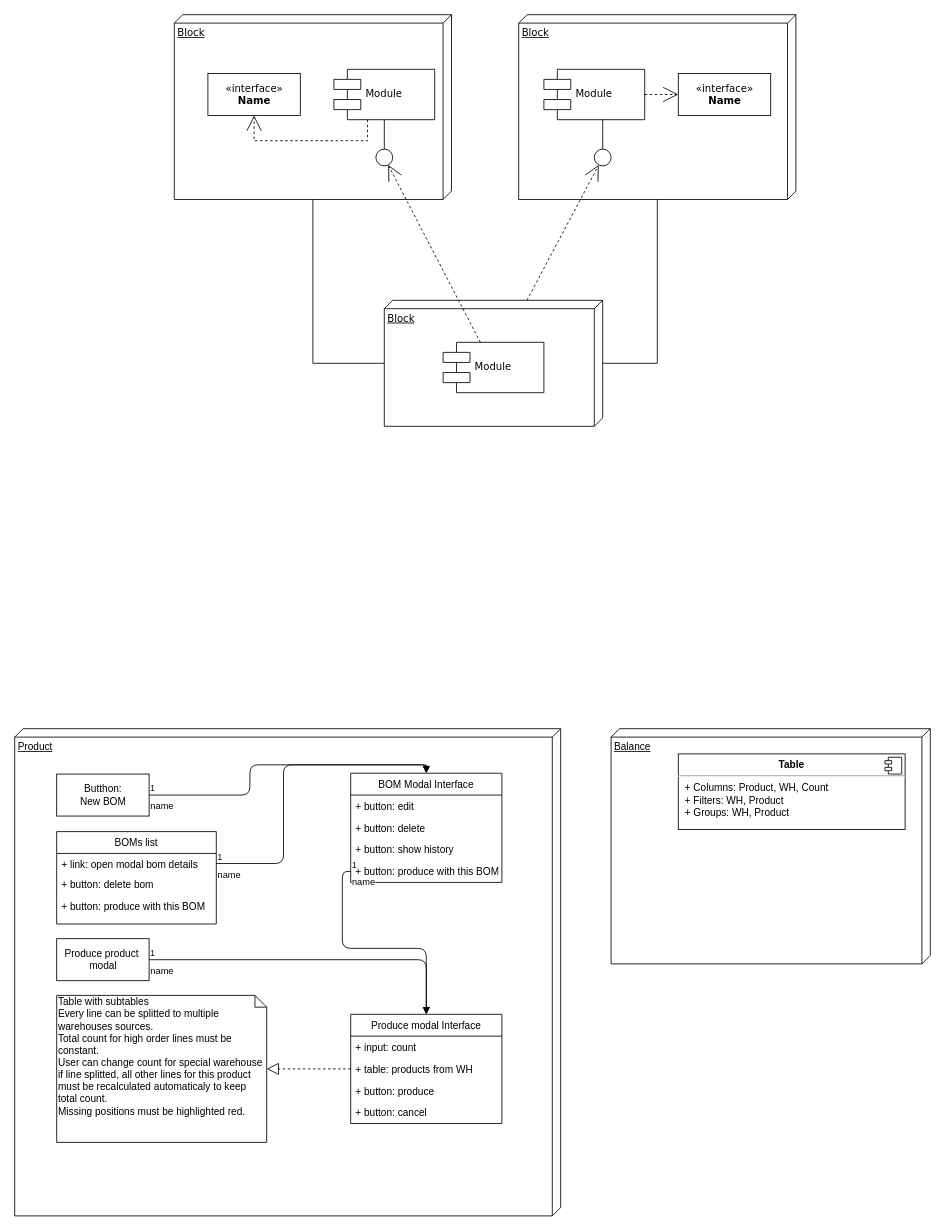
Before: Views Diagram.drawio in Flawless/whm, a draw.io diagram. Source tidied: cells renumbered, new cells numbered last; positions are measured from the earlier drawing's top-left corner, leaving out a move shared by most shapes. Both pictures are drawn from the tidied source at 84%, with x=0, y=0 at pixel (14, 14).
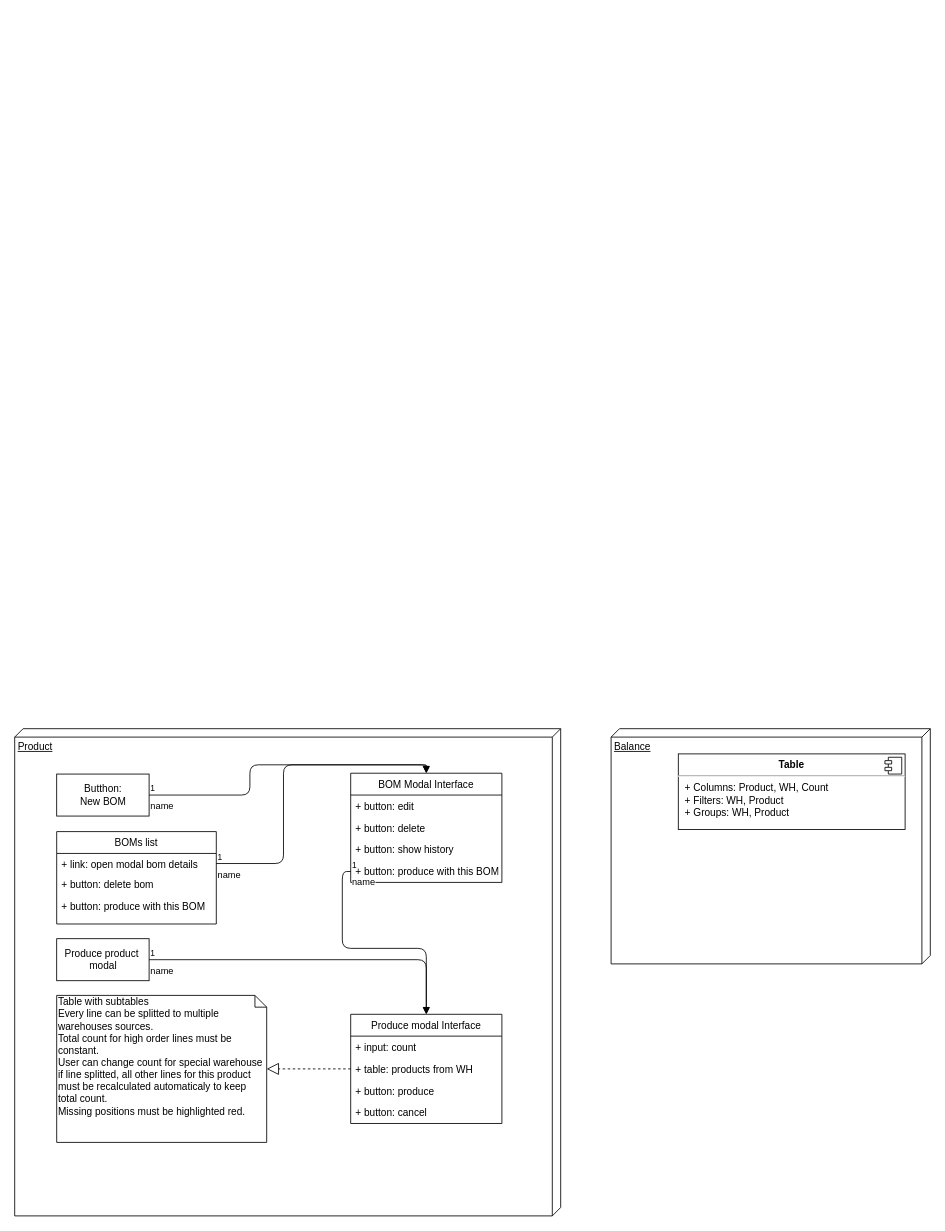
The same page after the edit.

Diff of the diagram source:
```diff
@@
-    <mxCell id="2" value="Block" style="verticalAlign=top;align=left;spacingTop=8;spacingLeft=2;spacingRight=12;shape=cube;size=10;direction=south;fontStyle=4;html=1;rounded=0;shadow=0;comic=0;labelBackgroundColor=none;strokeColor=#000000;strokeWidth=1;fillColor=#ffffff;fontFamily=Verdana;fontSize=12;fontColor=#000000;" parent="1" vertex="1">
-      <mxGeometry x="190" width="330" height="220" as="geometry" />
-    </mxCell>
-    <mxCell id="3" value="Block" style="verticalAlign=top;align=left;spacingTop=8;spacingLeft=2;spacingRight=12;shape=cube;size=10;direction=south;fontStyle=4;html=1;rounded=0;shadow=0;comic=0;labelBackgroundColor=none;strokeColor=#000000;strokeWidth=1;fillColor=#ffffff;fontFamily=Verdana;fontSize=12;fontColor=#000000;" parent="1" vertex="1">
-      <mxGeometry x="600" width="330" height="220" as="geometry" />
-    </mxCell>
-    <mxCell id="4" value="Block" style="verticalAlign=top;align=left;spacingTop=8;spacingLeft=2;spacingRight=12;shape=cube;size=10;direction=south;fontStyle=4;html=1;rounded=0;shadow=0;comic=0;labelBackgroundColor=none;strokeColor=#000000;strokeWidth=1;fillColor=#ffffff;fontFamily=Verdana;fontSize=12;fontColor=#000000;" parent="1" vertex="1">
-      <mxGeometry x="440" y="340" width="260" height="150" as="geometry" />
-    </mxCell>
-    <mxCell id="5" value="&amp;laquo;interface&amp;raquo;&lt;br&gt;&lt;b&gt;Name&lt;/b&gt;" style="html=1;rounded=0;shadow=0;comic=0;labelBackgroundColor=none;strokeColor=#000000;strokeWidth=1;fillColor=#ffffff;fontFamily=Verdana;fontSize=12;fontColor=#000000;align=center;" parent="1" vertex="1">
-      <mxGeometry x="230" y="70" width="110" height="50" as="geometry" />
-    </mxCell>
-    <mxCell id="6" value="Module" style="shape=component;align=left;spacingLeft=36;rounded=0;shadow=0;comic=0;labelBackgroundColor=none;strokeColor=#000000;strokeWidth=1;fillColor=#ffffff;fontFamily=Verdana;fontSize=12;fontColor=#000000;html=1;" parent="1" vertex="1">
-      <mxGeometry x="380" y="65" width="120" height="60" as="geometry" />
-    </mxCell>
-    <mxCell id="7" style="ellipse;whiteSpace=wrap;html=1;rounded=0;shadow=0;comic=0;labelBackgroundColor=none;strokeColor=#000000;strokeWidth=1;fillColor=#ffffff;fontFamily=Verdana;fontSize=12;fontColor=#000000;align=center;" parent="1" vertex="1">
-      <mxGeometry x="430" y="160" width="20" height="20" as="geometry" />
-    </mxCell>
-    <mxCell id="8" value="Module" style="shape=component;align=left;spacingLeft=36;rounded=0;shadow=0;comic=0;labelBackgroundColor=none;strokeColor=#000000;strokeWidth=1;fillColor=#ffffff;fontFamily=Verdana;fontSize=12;fontColor=#000000;html=1;" parent="1" vertex="1">
-      <mxGeometry x="630" y="65" width="120" height="60" as="geometry" />
-    </mxCell>
-    <mxCell id="9" value="&amp;laquo;interface&amp;raquo;&lt;br&gt;&lt;b&gt;Name&lt;/b&gt;" style="html=1;rounded=0;shadow=0;comic=0;labelBackgroundColor=none;strokeColor=#000000;strokeWidth=1;fillColor=#ffffff;fontFamily=Verdana;fontSize=12;fontColor=#000000;align=center;" parent="1" vertex="1">
-      <mxGeometry x="790" y="70" width="110" height="50" as="geometry" />
-    </mxCell>
-    <mxCell id="10" style="ellipse;whiteSpace=wrap;html=1;rounded=0;shadow=0;comic=0;labelBackgroundColor=none;strokeColor=#000000;strokeWidth=1;fillColor=#ffffff;fontFamily=Verdana;fontSize=12;fontColor=#000000;align=center;" parent="1" vertex="1">
-      <mxGeometry x="690" y="160" width="20" height="20" as="geometry" />
-    </mxCell>
-    <mxCell id="11" value="Module" style="shape=component;align=left;spacingLeft=36;rounded=0;shadow=0;comic=0;labelBackgroundColor=none;strokeColor=#000000;strokeWidth=1;fillColor=#ffffff;fontFamily=Verdana;fontSize=12;fontColor=#000000;html=1;" parent="1" vertex="1">
-      <mxGeometry x="510" y="390" width="120" height="60" as="geometry" />
-    </mxCell>
-    <mxCell id="12" style="edgeStyle=none;rounded=0;html=1;dashed=1;labelBackgroundColor=none;startArrow=none;startFill=0;startSize=8;endArrow=open;endFill=0;endSize=16;fontFamily=Verdana;fontSize=12;" parent="1" edge="1" source="11" target="7">
-      <mxGeometry relative="1" as="geometry" />
-    </mxCell>
-    <mxCell id="13" style="edgeStyle=none;rounded=0;html=1;dashed=1;labelBackgroundColor=none;startArrow=none;startFill=0;startSize=8;endArrow=open;endFill=0;endSize=16;fontFamily=Verdana;fontSize=12;" parent="1" edge="1" source="4" target="10">
-      <mxGeometry relative="1" as="geometry" />
-    </mxCell>
-    <mxCell id="14" style="edgeStyle=elbowEdgeStyle;rounded=0;html=1;labelBackgroundColor=none;startArrow=none;startFill=0;startSize=8;endArrow=none;endFill=0;endSize=16;fontFamily=Verdana;fontSize=12;" parent="1" edge="1" source="10" target="8">
-      <mxGeometry relative="1" as="geometry" />
-    </mxCell>
-    <mxCell id="15" style="edgeStyle=elbowEdgeStyle;rounded=0;html=1;labelBackgroundColor=none;startArrow=none;startFill=0;startSize=8;endArrow=none;endFill=0;endSize=16;fontFamily=Verdana;fontSize=12;" parent="1" edge="1" source="7" target="6">
-      <mxGeometry relative="1" as="geometry" />
-    </mxCell>
-    <mxCell id="16" style="edgeStyle=orthogonalEdgeStyle;rounded=0;html=1;labelBackgroundColor=none;startArrow=none;startFill=0;startSize=8;endArrow=open;endFill=0;endSize=16;fontFamily=Verdana;fontSize=12;dashed=1;" parent="1" edge="1" source="6" target="5">
-      <mxGeometry relative="1" as="geometry">
-        <Array as="points">
-          <mxPoint x="420" y="150" />
-          <mxPoint x="285" y="150" />
-        </Array>
-      </mxGeometry>
-    </mxCell>
-    <mxCell id="17" style="edgeStyle=orthogonalEdgeStyle;rounded=0;html=1;dashed=1;labelBackgroundColor=none;startArrow=none;startFill=0;startSize=8;endArrow=open;endFill=0;endSize=16;fontFamily=Verdana;fontSize=12;" parent="1" edge="1" source="8" target="9">
-      <mxGeometry relative="1" as="geometry" />
-    </mxCell>
-    <mxCell id="18" style="edgeStyle=orthogonalEdgeStyle;rounded=0;html=1;labelBackgroundColor=none;startArrow=none;startFill=0;startSize=8;endArrow=none;endFill=0;endSize=16;fontFamily=Verdana;fontSize=12;" parent="1" edge="1" source="4" target="3">
-      <mxGeometry relative="1" as="geometry">
-        <Array as="points">
-          <mxPoint x="765" y="415" />
-        </Array>
-      </mxGeometry>
-    </mxCell>
-    <mxCell id="19" style="edgeStyle=orthogonalEdgeStyle;rounded=0;html=1;labelBackgroundColor=none;startArrow=none;startFill=0;startSize=8;endArrow=none;endFill=0;endSize=16;fontFamily=Verdana;fontSize=12;" parent="1" edge="1" source="4" target="2">
-      <mxGeometry relative="1" as="geometry">
-        <Array as="points">
-          <mxPoint x="355" y="415" />
-        </Array>
-      </mxGeometry>
-    </mxCell>
```
